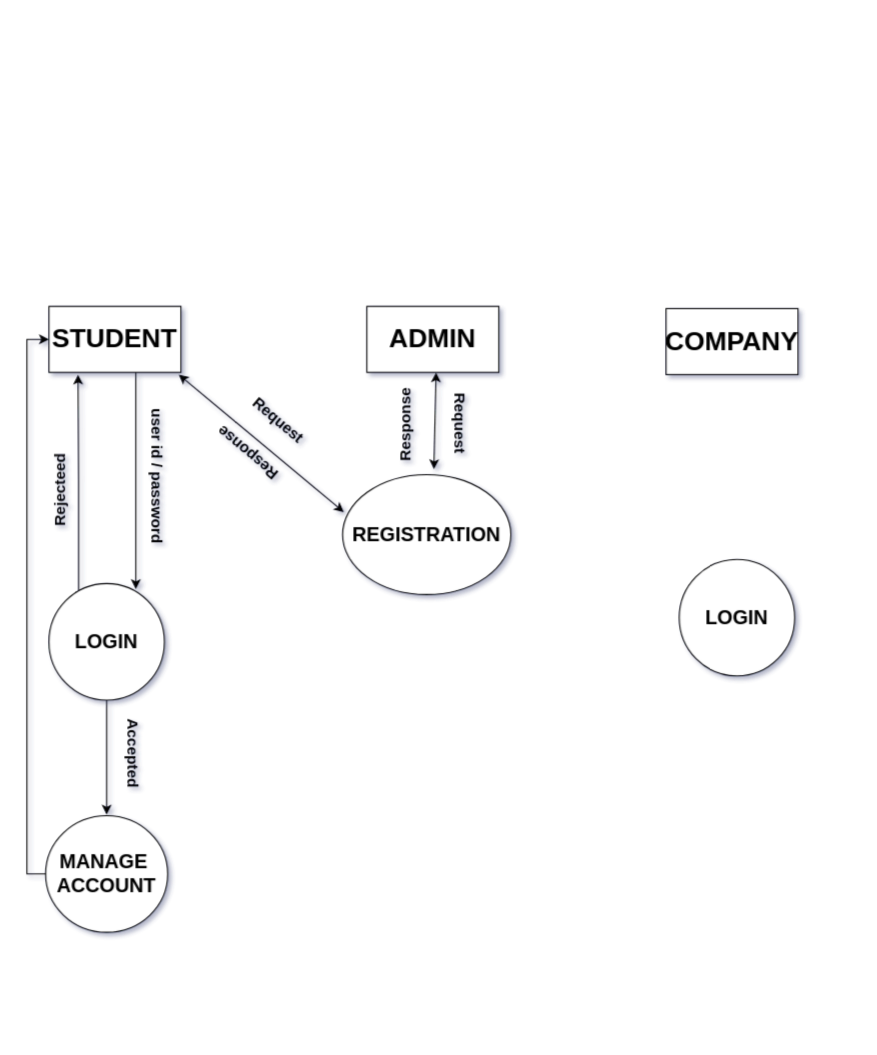
The draw.io diagram db/1.drawio in bhatkt71/campus, before the edit. Source tidied: cells renumbered, new cells numbered last; positions are measured from the earlier drawing's top-left corner, leaving out a move shared by most shapes. Both pictures are drawn from the tidied source at 110%, with x=0, y=0 at pixel (13, 306).
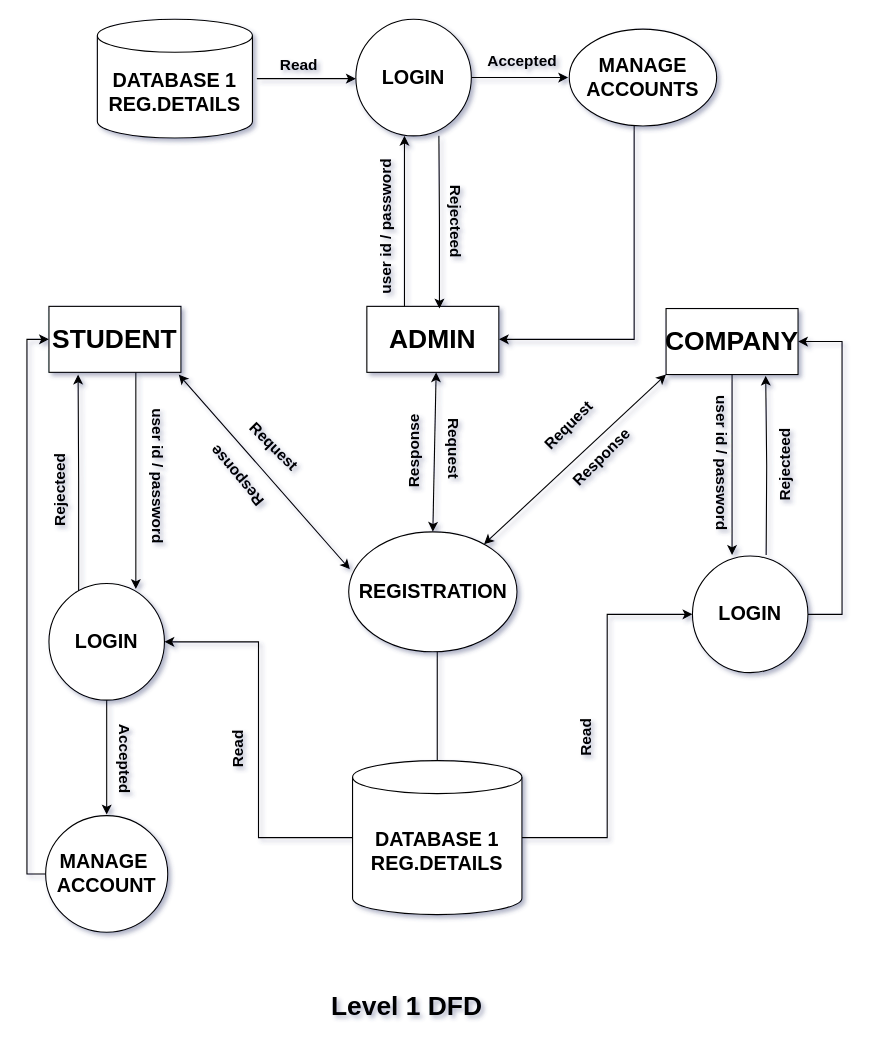
Above is the later version.

Unchanged cells that the change refers to:
```xml
<mxCell id="4" value="&lt;font style=&quot;font-size: 24px;&quot;&gt;&lt;b&gt;ADMIN&lt;/b&gt;&lt;/font&gt;" style="whiteSpace=wrap;html=1;" parent="1" vertex="1">
  <mxGeometry x="321" width="120" height="60" as="geometry" />
</mxCell>
<mxCell id="5" value="&lt;b&gt;&lt;font style=&quot;font-size: 24px;&quot;&gt;COMPANY&lt;/font&gt;&lt;/b&gt;" style="whiteSpace=wrap;html=1;" parent="1" vertex="1">
  <mxGeometry x="593" y="2" width="120" height="60" as="geometry" />
</mxCell>
<mxCell id="8" value="&lt;font style=&quot;font-size: 18px;&quot;&gt;&lt;b&gt;LOGIN&lt;/b&gt;&lt;/font&gt;" style="ellipse;whiteSpace=wrap;html=1;" parent="1" vertex="1">
  <mxGeometry x="32" y="252" width="105" height="106" as="geometry" />
</mxCell>
```

Diff of the diagram source:
```diff
@@
+    <mxCell id="22" style="edgeStyle=orthogonalEdgeStyle;rounded=0;orthogonalLoop=1;jettySize=auto;html=1;entryX=0.5;entryY=1;entryDx=0;entryDy=0;" parent="1" edge="1">
+      <mxGeometry relative="1" as="geometry">
+        <mxPoint x="353.8" as="sourcePoint" />
+        <mxPoint x="355.2" y="-155" as="targetPoint" />
+        <Array as="points">
+          <mxPoint x="354" y="1" />
+          <mxPoint x="355" y="1" />
+        </Array>
+      </mxGeometry>
+    </mxCell>
@@
+    <mxCell id="23" style="edgeStyle=orthogonalEdgeStyle;rounded=0;jettySize=auto;html=1;entryX=0.343;entryY=-0.009;entryDx=0;entryDy=0;entryPerimeter=0;" parent="1" edge="1" source="5" target="10">
+      <mxGeometry relative="1" as="geometry" />
+    </mxCell>
@@
     <mxCell id="9" value="&lt;font style=&quot;font-size: 18px;&quot;&gt;&lt;b&gt;REGISTRATION&lt;/b&gt;&lt;/font&gt;" style="ellipse;whiteSpace=wrap;html=1;" parent="1" vertex="1">
-      <mxGeometry x="299" y="153" width="153" height="109" as="geometry" />
+      <mxGeometry x="304.5" y="205" width="153" height="109" as="geometry" />
     </mxCell>
+    <mxCell id="24" style="edgeStyle=orthogonalEdgeStyle;rounded=0;orthogonalLoop=1;jettySize=auto;html=1;entryX=0.638;entryY=1.017;entryDx=0;entryDy=0;entryPerimeter=0;" parent="1" edge="1">
+      <mxGeometry relative="1" as="geometry">
+        <mxPoint x="684" y="226" as="sourcePoint" />
+        <mxPoint x="683.6" y="63" as="targetPoint" />
+      </mxGeometry>
+    </mxCell>
+    <mxCell id="25" style="edgeStyle=orthogonalEdgeStyle;rounded=0;jettySize=auto;html=1;entryX=1;entryY=0.5;entryDx=0;entryDy=0;" parent="1" edge="1" source="10" target="5">
+      <mxGeometry relative="1" as="geometry">
+        <Array as="points">
+          <mxPoint x="753" y="280" />
+          <mxPoint x="753" y="32" />
+        </Array>
+      </mxGeometry>
+    </mxCell>
     <mxCell id="10" value="&lt;font style=&quot;font-size: 18px;&quot;&gt;&lt;b&gt;LOGIN&lt;/b&gt;&lt;/font&gt;" style="ellipse;whiteSpace=wrap;html=1;" parent="1" vertex="1">
-      <mxGeometry x="605" y="230" width="105" height="106" as="geometry" />
+      <mxGeometry x="617" y="227" width="105" height="106" as="geometry" />
     </mxCell>
@@
     <mxCell id="15" value="&lt;font style=&quot;font-size: 14px;&quot;&gt;&lt;b&gt;Accepted&lt;/b&gt;&lt;/font&gt;" style="text;html=1;align=center;verticalAlign=middle;strokeColor=none;fillColor=none;rotation=90;" parent="1" vertex="1">
-      <mxGeometry x="69" y="391" width="81" height="29" as="geometry" />
+      <mxGeometry x="61" y="396" width="81" height="29" as="geometry" />
     </mxCell>
@@
-    <mxCell id="17" value="&lt;font style=&quot;font-size: 14px;&quot;&gt;&lt;b&gt;Request&lt;/b&gt;&lt;/font&gt;" style="text;html=1;align=center;verticalAlign=middle;strokeColor=none;fillColor=none;rotation=40;" parent="1" vertex="1">
-      <mxGeometry x="204" y="88" width="73" height="29" as="geometry" />
+    <mxCell id="17" value="&lt;font style=&quot;font-size: 14px;&quot;&gt;&lt;b&gt;Request&lt;/b&gt;&lt;/font&gt;" style="text;html=1;align=center;verticalAlign=middle;strokeColor=none;fillColor=none;rotation=45;" parent="1" vertex="1">
+      <mxGeometry x="200" y="112" width="73" height="29" as="geometry" />
     </mxCell>
-    <mxCell id="18" value="&lt;font style=&quot;font-size: 14px;&quot;&gt;&lt;b&gt;Response&lt;/b&gt;&lt;/font&gt;" style="text;html=1;align=center;verticalAlign=middle;strokeColor=none;fillColor=none;rotation=-140;" parent="1" vertex="1">
-      <mxGeometry x="171" y="120" width="85" height="29" as="geometry" />
+    <mxCell id="18" value="&lt;font style=&quot;font-size: 14px;&quot;&gt;&lt;b&gt;Response&lt;/b&gt;&lt;/font&gt;" style="text;html=1;align=center;verticalAlign=middle;strokeColor=none;fillColor=none;rotation=-130;" parent="1" vertex="1">
+      <mxGeometry x="161" y="141" width="85" height="29" as="geometry" />
     </mxCell>
     <mxCell id="19" value="&lt;font style=&quot;font-size: 14px;&quot;&gt;&lt;b&gt;Request&lt;/b&gt;&lt;/font&gt;" style="text;html=1;align=center;verticalAlign=middle;strokeColor=none;fillColor=none;rotation=90;" parent="1" vertex="1">
-      <mxGeometry x="370" y="91" width="73" height="29" as="geometry" />
+      <mxGeometry x="364" y="114" width="73" height="29" as="geometry" />
     </mxCell>
     <mxCell id="20" value="&lt;font style=&quot;font-size: 14px;&quot;&gt;&lt;b&gt;Response&lt;/b&gt;&lt;/font&gt;" style="text;html=1;align=center;verticalAlign=middle;strokeColor=none;fillColor=none;rotation=-90;" parent="1" vertex="1">
-      <mxGeometry x="313" y="94" width="85" height="29" as="geometry" />
+      <mxGeometry x="321" y="118" width="85" height="29" as="geometry" />
     </mxCell>
-    <mxCell id="21" style="endArrow=classic;startArrow=classic;html=1;rounded=0;" parent="1" edge="1">
+    <mxCell id="21" style="endArrow=classic;startArrow=classic;html=1;rounded=0;exitX=0.5;exitY=0;exitDx=0;exitDy=0;" parent="1" edge="1" source="9">
       <mxGeometry relative="1" as="geometry">
-        <mxPoint x="382" y="148" as="sourcePoint" />
         <mxPoint x="384" y="60" as="targetPoint" />
       </mxGeometry>
     </mxCell>
+    <mxCell id="26" style="endArrow=classic;startArrow=classic;html=1;rounded=0;" parent="1" edge="1" target="9">
+      <mxGeometry relative="1" as="geometry">
+        <mxPoint x="593" y="62" as="sourcePoint" />
+      </mxGeometry>
+    </mxCell>
+    <mxCell id="27" value="&lt;font style=&quot;font-size: 14px;&quot;&gt;&lt;b&gt;Request&lt;/b&gt;&lt;/font&gt;" style="text;html=1;align=center;verticalAlign=middle;strokeColor=none;fillColor=none;rotation=-45;" parent="1" vertex="1">
+      <mxGeometry x="467" y="94" width="73" height="29" as="geometry" />
+    </mxCell>
+    <mxCell id="28" value="&lt;font style=&quot;font-size: 14px;&quot;&gt;&lt;b&gt;Response&lt;/b&gt;&lt;/font&gt;" style="text;html=1;align=center;verticalAlign=middle;strokeColor=none;fillColor=none;rotation=-45;" parent="1" vertex="1">
+      <mxGeometry x="491" y="123" width="85" height="29" as="geometry" />
+    </mxCell>
+    <mxCell id="29" value="&lt;b&gt;&lt;font style=&quot;font-size: 14px;&quot;&gt;user id / password&lt;/font&gt;&lt;/b&gt;" style="text;html=1;align=center;verticalAlign=middle;strokeColor=none;fillColor=none;rotation=90;" parent="1" vertex="1">
+      <mxGeometry x="574" y="127" width="141" height="29" as="geometry" />
+    </mxCell>
+    <mxCell id="30" value="&lt;b&gt;&lt;font style=&quot;font-size: 14px;&quot;&gt;Rejecteed&lt;/font&gt;&lt;/b&gt;" style="text;html=1;align=center;verticalAlign=middle;strokeColor=none;fillColor=none;rotation=-90;" parent="1" vertex="1">
+      <mxGeometry x="659" y="130" width="84" height="29" as="geometry" />
+    </mxCell>
+    <mxCell id="31" style="edgeStyle=orthogonalEdgeStyle;rounded=0;jettySize=auto;html=1;entryX=1;entryY=0.5;entryDx=0;entryDy=0;" parent="1" edge="1" source="33" target="8">
+      <mxGeometry relative="1" as="geometry" />
+    </mxCell>
+    <mxCell id="32" style="edgeStyle=orthogonalEdgeStyle;rounded=0;jettySize=auto;html=1;entryX=0;entryY=0.5;entryDx=0;entryDy=0;" parent="1" edge="1" source="33" target="10">
+      <mxGeometry relative="1" as="geometry" />
+    </mxCell>
+    <mxCell id="33" value="&lt;b style=&quot;border-color: var(--border-color);&quot;&gt;&lt;font style=&quot;border-color: var(--border-color); font-size: 18px;&quot;&gt;DATABASE 1&lt;br style=&quot;border-color: var(--border-color);&quot;&gt;REG.DETAILS&lt;/font&gt;&lt;/b&gt;" style="shape=cylinder3;whiteSpace=wrap;html=1;boundedLbl=1;backgroundOutline=1;size=15;" parent="1" vertex="1">
+      <mxGeometry x="308" y="413" width="154" height="140" as="geometry" />
+    </mxCell>
+    <mxCell id="34" style="endArrow=none;html=1;rounded=0;exitX=0.5;exitY=0;exitDx=0;exitDy=0;exitPerimeter=0;" parent="1" edge="1" source="33">
+      <mxGeometry relative="1" as="geometry">
+        <mxPoint x="385" y="314" as="targetPoint" />
+      </mxGeometry>
+    </mxCell>
+    <mxCell id="35" value="&lt;font style=&quot;font-size: 14px;&quot;&gt;&lt;b&gt;Read&lt;/b&gt;&lt;/font&gt;" style="text;html=1;align=center;verticalAlign=middle;strokeColor=none;fillColor=none;rotation=-90;" parent="1" vertex="1">
+      <mxGeometry x="177.5" y="389" width="52" height="29" as="geometry" />
+    </mxCell>
+    <mxCell id="36" value="&lt;font style=&quot;font-size: 14px;&quot;&gt;&lt;b&gt;Read&lt;/b&gt;&lt;/font&gt;" style="text;html=1;align=center;verticalAlign=middle;strokeColor=none;fillColor=none;rotation=-90;" parent="1" vertex="1">
+      <mxGeometry x="494" y="378" width="52" height="29" as="geometry" />
+    </mxCell>
+    <mxCell id="37" value="&lt;b&gt;&lt;font style=&quot;font-size: 24px;&quot;&gt;Level 1 DFD&lt;/font&gt;&lt;/b&gt;" style="text;html=1;align=center;verticalAlign=middle;strokeColor=none;fillColor=none;" parent="1" vertex="1">
+      <mxGeometry x="279" y="616" width="155" height="41" as="geometry" />
+    </mxCell>
+    <mxCell id="38" style="edgeStyle=orthogonalEdgeStyle;rounded=0;orthogonalLoop=1;jettySize=auto;html=1;entryX=0.358;entryY=0.033;entryDx=0;entryDy=0;entryPerimeter=0;" parent="1" edge="1">
+      <mxGeometry relative="1" as="geometry">
+        <mxPoint x="386.5" y="-155" as="sourcePoint" />
+        <mxPoint x="387" y="2" as="targetPoint" />
+      </mxGeometry>
+    </mxCell>
+    <mxCell id="39" style="edgeStyle=orthogonalEdgeStyle;rounded=0;jettySize=auto;html=1;" parent="1" edge="1" source="40">
+      <mxGeometry relative="1" as="geometry">
+        <mxPoint x="504" y="-208" as="targetPoint" />
+      </mxGeometry>
+    </mxCell>
+    <mxCell id="40" value="&lt;font style=&quot;font-size: 18px;&quot;&gt;&lt;b&gt;LOGIN&lt;/b&gt;&lt;/font&gt;" style="ellipse;whiteSpace=wrap;html=1;" parent="1" vertex="1">
+      <mxGeometry x="311" y="-261" width="105" height="106" as="geometry" />
+    </mxCell>
+    <mxCell id="41" value="&lt;b&gt;&lt;font style=&quot;font-size: 14px;&quot;&gt;user id / password&lt;/font&gt;&lt;/b&gt;" style="text;html=1;align=center;verticalAlign=middle;strokeColor=none;fillColor=none;rotation=-90;" parent="1" vertex="1">
+      <mxGeometry x="267" y="-86" width="141" height="29" as="geometry" />
+    </mxCell>
+    <mxCell id="42" value="&lt;font style=&quot;font-size: 14px;&quot;&gt;&lt;b&gt;Rejecteed&lt;/b&gt;&lt;/font&gt;" style="text;html=1;align=center;verticalAlign=middle;strokeColor=none;fillColor=none;rotation=90;" parent="1" vertex="1">
+      <mxGeometry x="361" y="-92" width="84" height="29" as="geometry" />
+    </mxCell>
+    <mxCell id="43" style="edgeStyle=orthogonalEdgeStyle;rounded=0;jettySize=auto;html=1;entryX=1;entryY=0.5;entryDx=0;entryDy=0;" parent="1" edge="1" source="44" target="4">
+      <mxGeometry relative="1" as="geometry">
+        <Array as="points">
+          <mxPoint x="564" y="30" />
+        </Array>
+      </mxGeometry>
+    </mxCell>
+    <mxCell id="44" value="&lt;b&gt;&lt;font style=&quot;font-size: 18px;&quot;&gt;MANAGE&lt;br&gt;ACCOUNTS&lt;/font&gt;&lt;/b&gt;" style="ellipse;whiteSpace=wrap;html=1;" parent="1" vertex="1">
+      <mxGeometry x="505" y="-252" width="134" height="88" as="geometry" />
+    </mxCell>
+    <mxCell id="45" value="&lt;b&gt;&lt;font style=&quot;font-size: 14px;&quot;&gt;Accepted&lt;/font&gt;&lt;/b&gt;" style="text;html=1;align=center;verticalAlign=middle;strokeColor=none;fillColor=none;" parent="1" vertex="1">
+      <mxGeometry x="421" y="-238" width="81" height="29" as="geometry" />
+    </mxCell>
+    <mxCell id="46" style="edgeStyle=orthogonalEdgeStyle;rounded=0;orthogonalLoop=1;jettySize=auto;html=1;" parent="1" edge="1">
+      <mxGeometry relative="1" as="geometry">
+        <mxPoint x="221" y="-207" as="sourcePoint" />
+        <mxPoint x="311" y="-207" as="targetPoint" />
+      </mxGeometry>
+    </mxCell>
+    <mxCell id="47" value="&lt;b style=&quot;border-color: var(--border-color);&quot;&gt;&lt;font style=&quot;border-color: var(--border-color); font-size: 18px;&quot;&gt;DATABASE 1&lt;br style=&quot;border-color: var(--border-color);&quot;&gt;REG.DETAILS&lt;/font&gt;&lt;/b&gt;" style="shape=cylinder3;whiteSpace=wrap;html=1;boundedLbl=1;backgroundOutline=1;size=15;shadow=0;" parent="1" vertex="1">
+      <mxGeometry x="76" y="-261" width="141" height="108" as="geometry" />
+    </mxCell>
+    <mxCell id="48" value="&lt;b&gt;&lt;font style=&quot;font-size: 14px;&quot;&gt;Read&lt;/font&gt;&lt;/b&gt;" style="text;html=1;align=center;verticalAlign=middle;strokeColor=none;fillColor=none;" parent="1" vertex="1">
+      <mxGeometry x="233" y="-234" width="52" height="29" as="geometry" />
+    </mxCell>
```
